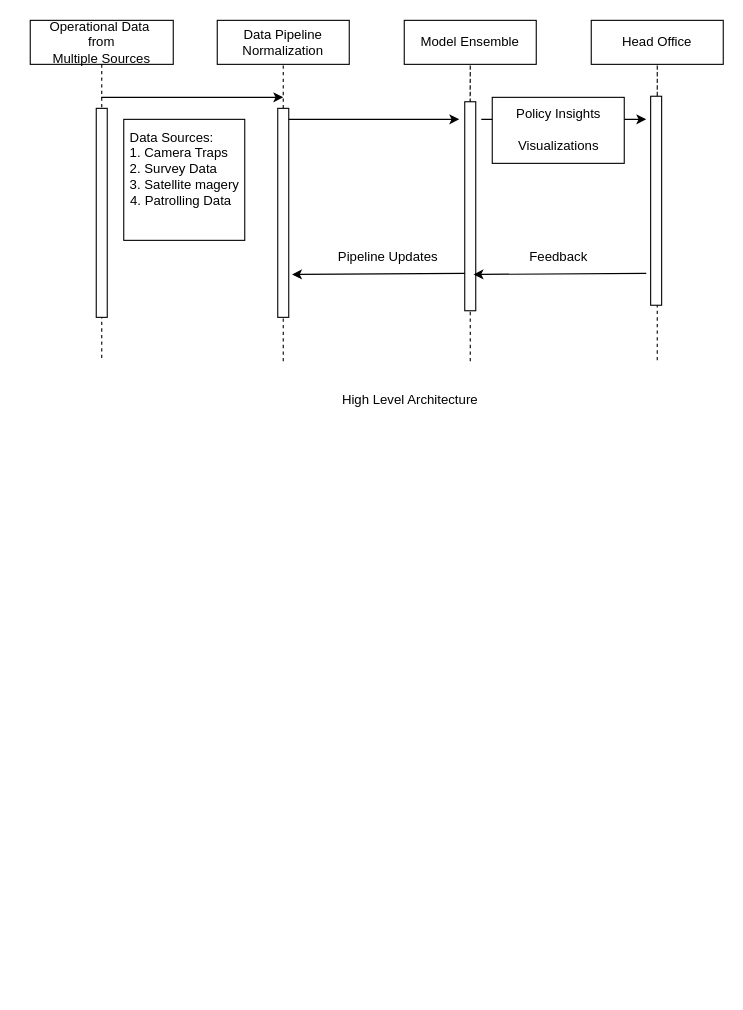
The draw.io diagram VanNetra Sequence Diagram.drawio.xml in Think-Evolve-Consulting/VanNetra, before the edit. Source tidied: cells renumbered, new cells numbered last; positions are measured from the earlier drawing's top-left corner, leaving out a move shared by most shapes. Both pictures are drawn from the tidied source at 110%, with x=0, y=0 at pixel (30, 20).
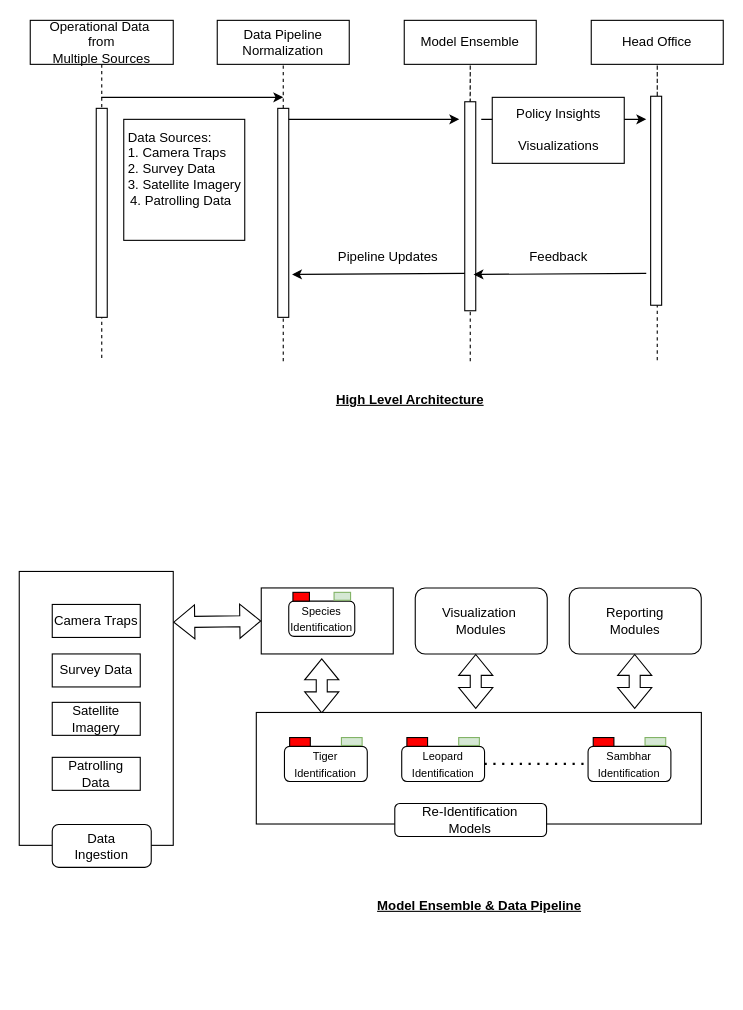
The same diagram, later.

What changed in the source:
```diff
@@
-    <mxCell id="2" value="High Level Architecture" style="text;html=1;align=center;verticalAlign=middle;strokeColor=none;fillColor=none;" parent="1" vertex="1">
-      <mxGeometry x="270" y="330" width="150" height="30" as="geometry" />
+    <mxCell id="2" value="&lt;u&gt;&lt;b&gt;High Level Architecture&lt;/b&gt;&lt;/u&gt;" style="text;html=1;align=center;verticalAlign=middle;strokeColor=none;fillColor=none;" parent="1" vertex="1">
+      <mxGeometry x="265" y="330" width="160" height="30" as="geometry" />
     </mxCell>
@@
-    <mxCell id="17" value="&lt;div style=&quot;text-align: justify;&quot;&gt;&lt;span style=&quot;background-color: initial;&quot;&gt;Data Sources:&lt;/span&gt;&lt;/div&gt;&lt;div style=&quot;text-align: justify;&quot;&gt;1. Camera Traps&lt;/div&gt;&lt;div style=&quot;text-align: justify;&quot;&gt;2. Survey Data&lt;/div&gt;&lt;div&gt;3. Satellite magery&lt;/div&gt;&lt;div&gt;4. Patrolling Data&amp;nbsp;&amp;nbsp;&lt;/div&gt;" style="text;html=1;align=center;verticalAlign=middle;strokeColor=none;fillColor=none;" parent="1" vertex="1">
-      <mxGeometry x="80" y="90" width="120" height="90" as="geometry" />
+    <mxCell id="17" value="&lt;div style=&quot;text-align: justify;&quot;&gt;&lt;span style=&quot;background-color: initial;&quot;&gt;Data Sources:&lt;/span&gt;&lt;/div&gt;&lt;div style=&quot;text-align: justify;&quot;&gt;1. Camera Traps&lt;/div&gt;&lt;div style=&quot;text-align: justify;&quot;&gt;2. Survey Data&lt;/div&gt;&lt;div&gt;3. Satellite Imagery&lt;/div&gt;&lt;div&gt;4. Patrolling Data&amp;nbsp;&amp;nbsp;&lt;/div&gt;" style="text;html=1;align=center;verticalAlign=middle;strokeColor=none;fillColor=none;" parent="1" vertex="1">
+      <mxGeometry x="75" y="90" width="130" height="90" as="geometry" />
     </mxCell>
@@
+    <mxCell id="27" style="group;" parent="1" vertex="1">
+      <mxGeometry x="235" y="520" width="95" height="56" as="geometry" />
+    </mxCell>
+    <mxCell id="28" value="&lt;font style=&quot;font-size: 10px;&quot;&gt;Species Identification&lt;/font&gt;" style="rounded=1;whiteSpace=wrap;html=1;" parent="27" vertex="1">
+      <mxGeometry y="8" width="60" height="32" as="geometry" />
+    </mxCell>
+    <mxCell id="29" style="rounded=0;whiteSpace=wrap;html=1;fillColor=#FF0000;" parent="27" vertex="1">
+      <mxGeometry x="3.8" width="15" height="8" as="geometry" />
+    </mxCell>
+    <mxCell id="30" style="rounded=0;whiteSpace=wrap;html=1;fillColor=#d5e8d4;strokeColor=#82b366;" parent="27" vertex="1">
+      <mxGeometry x="41.2" width="15" height="7.2" as="geometry" />
+    </mxCell>
+    <mxCell id="31" style="rounded=0;whiteSpace=wrap;html=1;fillOpacity=0;" parent="27" vertex="1">
+      <mxGeometry x="-25" y="-4" width="120" height="60" as="geometry" />
+    </mxCell>
+    <mxCell id="32" value="Visualization&amp;nbsp;&lt;div&gt;Modules&lt;/div&gt;" style="rounded=1;whiteSpace=wrap;html=1;" parent="1" vertex="1">
+      <mxGeometry x="350" y="516" width="120" height="60" as="geometry" />
+    </mxCell>
+    <mxCell id="33" style="shape=flexArrow;endArrow=classic;startArrow=classic;html=1;rounded=0;" parent="1" edge="1">
+      <mxGeometry relative="1" as="geometry">
+        <mxPoint x="265" y="630" as="sourcePoint" />
+        <mxPoint x="265" y="580" as="targetPoint" />
+      </mxGeometry>
+    </mxCell>
+    <mxCell id="34" style="group;" parent="1" vertex="1">
+      <mxGeometry x="216" y="640" width="394" height="242.2" as="geometry" />
+    </mxCell>
+    <mxCell id="35" style="rounded=0;whiteSpace=wrap;html=1;rotation=90;" parent="34" vertex="1">
+      <mxGeometry x="141.1" y="-162.4" width="101.4" height="404.6" as="geometry" />
+    </mxCell>
+    <mxCell id="36" style="group;" parent="34" vertex="1">
+      <mxGeometry x="121.7" y="12" width="75.3" height="40" as="geometry" />
+    </mxCell>
+    <mxCell id="37" value="&lt;font style=&quot;font-size: 10px;&quot;&gt;Leopard Identification&lt;/font&gt;" style="rounded=1;whiteSpace=wrap;html=1;" parent="36" vertex="1">
+      <mxGeometry y="8" width="75.3" height="32" as="geometry" />
+    </mxCell>
+    <mxCell id="38" style="rounded=0;whiteSpace=wrap;html=1;fillColor=#FF0000;" parent="36" vertex="1">
+      <mxGeometry x="4.7" width="18.8" height="8" as="geometry" />
+    </mxCell>
+    <mxCell id="39" style="rounded=0;whiteSpace=wrap;html=1;fillColor=#d5e8d4;strokeColor=#82b366;" parent="36" vertex="1">
+      <mxGeometry x="51.8" width="18.8" height="7.2" as="geometry" />
+    </mxCell>
+    <mxCell id="40" style="group;" parent="34" vertex="1">
+      <mxGeometry x="291.1" y="12" width="75.3" height="40" as="geometry" />
+    </mxCell>
+    <mxCell id="41" value="&lt;font style=&quot;font-size: 10px;&quot;&gt;Sambhar Identification&lt;/font&gt;" style="rounded=1;whiteSpace=wrap;html=1;" parent="40" vertex="1">
+      <mxGeometry y="8" width="75.3" height="32" as="geometry" />
+    </mxCell>
+    <mxCell id="42" style="rounded=0;whiteSpace=wrap;html=1;fillColor=#FF0000;" parent="40" vertex="1">
+      <mxGeometry x="4.7" width="18.8" height="8" as="geometry" />
+    </mxCell>
+    <mxCell id="43" style="rounded=0;whiteSpace=wrap;html=1;fillColor=#d5e8d4;strokeColor=#82b366;" parent="40" vertex="1">
+      <mxGeometry x="51.8" width="18.8" height="7.2" as="geometry" />
+    </mxCell>
+    <mxCell id="44" style="group;" parent="34" vertex="1">
+      <mxGeometry x="15.1" y="12" width="75.3" height="40" as="geometry" />
+    </mxCell>
+    <mxCell id="45" value="&lt;font style=&quot;font-size: 10px;&quot;&gt;Tiger&lt;/font&gt;&lt;div&gt;&lt;font style=&quot;font-size: 10px;&quot;&gt;Identification&lt;/font&gt;&lt;/div&gt;" style="rounded=1;whiteSpace=wrap;html=1;" parent="44" vertex="1">
+      <mxGeometry y="8" width="75.3" height="32" as="geometry" />
+    </mxCell>
+    <mxCell id="46" style="rounded=0;whiteSpace=wrap;html=1;fillColor=#FF0000;" parent="44" vertex="1">
+      <mxGeometry x="4.7" width="18.8" height="8" as="geometry" />
+    </mxCell>
+    <mxCell id="47" style="rounded=0;whiteSpace=wrap;html=1;fillColor=#d5e8d4;strokeColor=#82b366;" parent="44" vertex="1">
+      <mxGeometry x="51.8" width="18.8" height="7.2" as="geometry" />
+    </mxCell>
+    <mxCell id="48" value="&lt;span style=&quot;text-wrap: nowrap;&quot;&gt;Re-Identification&lt;/span&gt;&lt;div style=&quot;text-wrap: nowrap;&quot;&gt;Models&lt;/div&gt;" style="rounded=1;whiteSpace=wrap;html=1;" parent="34" vertex="1">
+      <mxGeometry x="115.4" y="72" width="138" height="30" as="geometry" />
+    </mxCell>
+    <mxCell id="49" style="endArrow=none;dashed=1;html=1;dashPattern=1 3;strokeWidth=2;rounded=0;entryX=0;entryY=0.5;entryDx=0;entryDy=0;exitX=1;exitY=0.5;exitDx=0;exitDy=0;" parent="34" edge="1" source="37" target="41">
+      <mxGeometry relative="1" as="geometry" />
+    </mxCell>
+    <mxCell id="50" value="&lt;b&gt;&lt;u&gt;Model Ensemble &amp;amp; Data Pipeline&lt;/u&gt;&lt;/b&gt;" style="text;html=1;align=center;verticalAlign=middle;strokeColor=none;fillColor=none;" parent="34" vertex="1">
+      <mxGeometry x="86.8" y="150" width="210" height="30" as="geometry" />
+    </mxCell>
+    <mxCell id="51" value="Reporting&lt;div&gt;Modules&lt;/div&gt;" style="rounded=1;whiteSpace=wrap;html=1;" parent="1" vertex="1">
+      <mxGeometry x="490" y="516" width="120" height="60" as="geometry" />
+    </mxCell>
+    <mxCell id="52" style="shape=flexArrow;endArrow=classic;startArrow=classic;html=1;rounded=0;" parent="1" edge="1">
+      <mxGeometry relative="1" as="geometry">
+        <mxPoint x="405" y="626" as="sourcePoint" />
+        <mxPoint x="405" y="576" as="targetPoint" />
+      </mxGeometry>
+    </mxCell>
+    <mxCell id="53" style="shape=flexArrow;endArrow=classic;startArrow=classic;html=1;rounded=0;" parent="1" edge="1">
+      <mxGeometry relative="1" as="geometry">
+        <mxPoint x="549.5" y="626" as="sourcePoint" />
+        <mxPoint x="549.5" y="576" as="targetPoint" />
+      </mxGeometry>
+    </mxCell>
+    <mxCell id="54" value="Camera Traps" style="rounded=0;whiteSpace=wrap;html=1;" parent="1" vertex="1">
+      <mxGeometry x="20" y="531" width="80" height="30" as="geometry" />
+    </mxCell>
+    <mxCell id="55" value="Survey Data" style="rounded=0;whiteSpace=wrap;html=1;" parent="1" vertex="1">
+      <mxGeometry x="20" y="576" width="80" height="30" as="geometry" />
+    </mxCell>
+    <mxCell id="56" value="Satellite&lt;div&gt;Imagery&lt;/div&gt;" style="rounded=0;whiteSpace=wrap;html=1;" parent="1" vertex="1">
+      <mxGeometry x="20" y="620" width="80" height="30" as="geometry" />
+    </mxCell>
+    <mxCell id="57" value="Patrolling&lt;div&gt;Data&lt;/div&gt;" style="rounded=0;whiteSpace=wrap;html=1;" parent="1" vertex="1">
+      <mxGeometry x="20" y="670" width="80" height="30" as="geometry" />
+    </mxCell>
+    <mxCell id="58" style="rounded=0;whiteSpace=wrap;html=1;fillOpacity=0;" parent="1" vertex="1">
+      <mxGeometry x="-10" y="501" width="140" height="249" as="geometry" />
+    </mxCell>
+    <mxCell id="59" value="Data&lt;div&gt;Ingestion&lt;/div&gt;" style="rounded=1;whiteSpace=wrap;html=1;" parent="1" vertex="1">
+      <mxGeometry x="20" y="731.1" width="90" height="38.9" as="geometry" />
+    </mxCell>
+    <mxCell id="60" style="shape=flexArrow;endArrow=classic;startArrow=classic;html=1;rounded=0;entryX=0;entryY=0.5;entryDx=0;entryDy=0;exitX=1;exitY=0.185;exitDx=0;exitDy=0;exitPerimeter=0;" parent="1" edge="1" source="58" target="31">
+      <mxGeometry relative="1" as="geometry" />
+    </mxCell>
```
